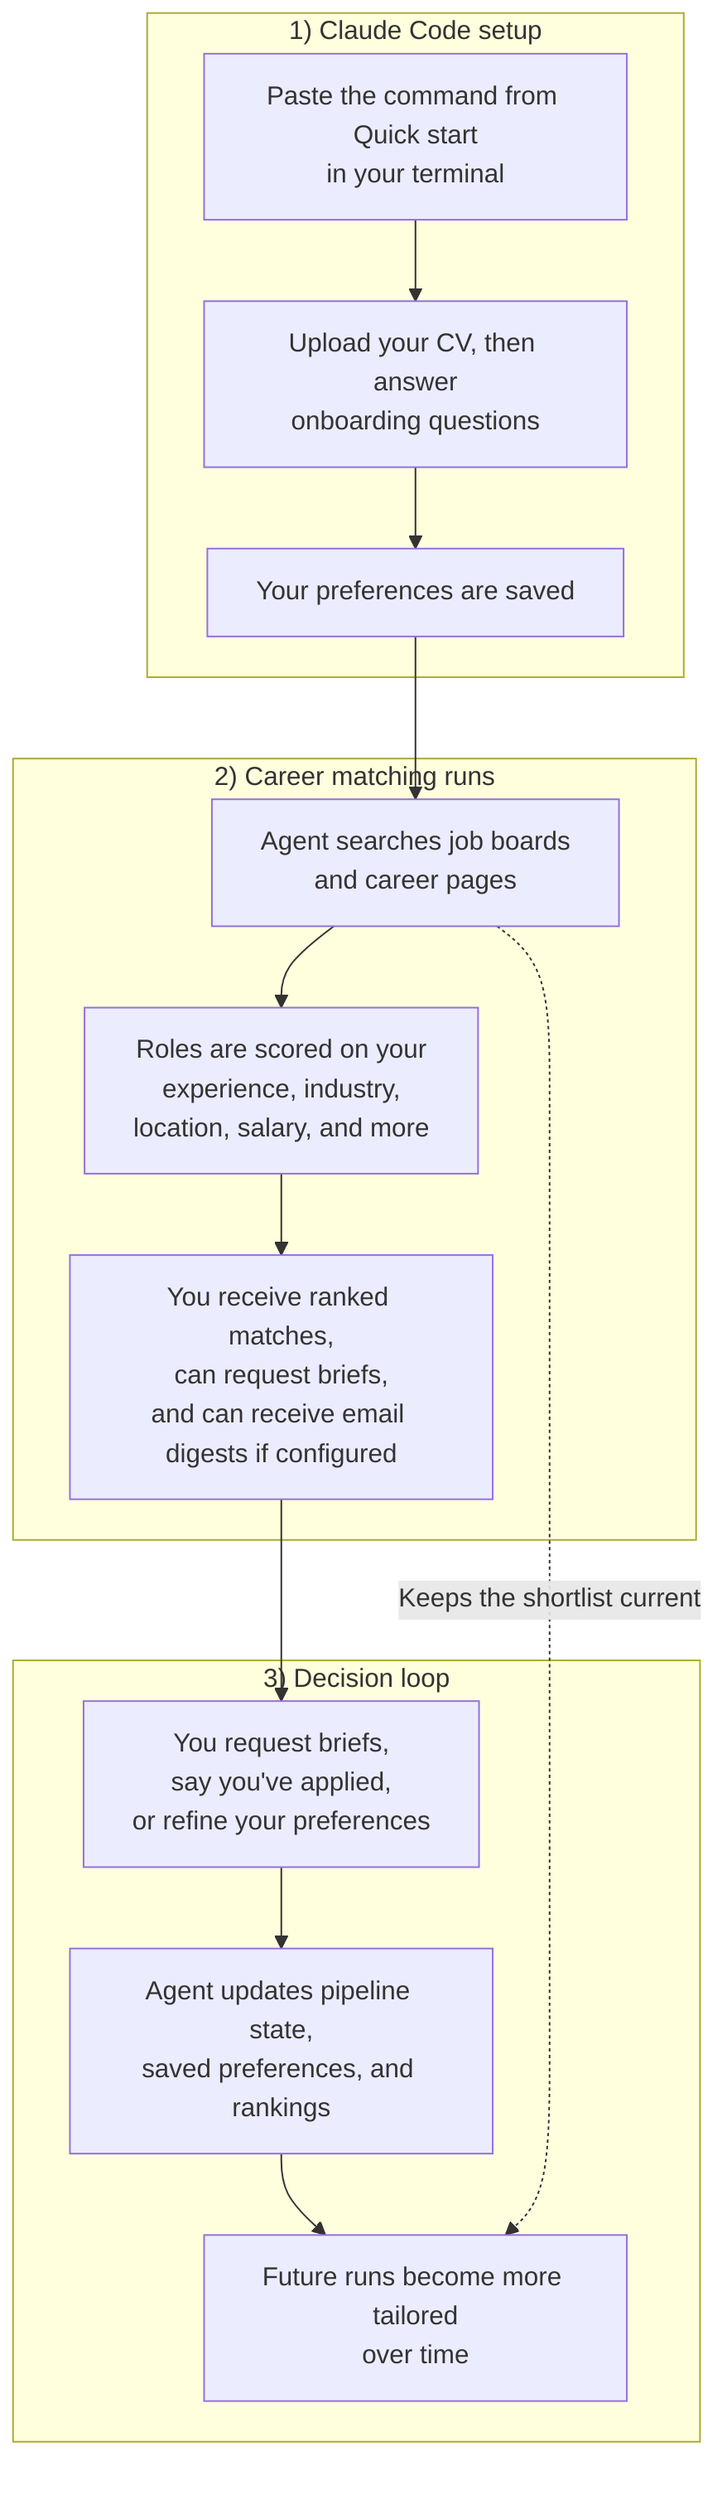
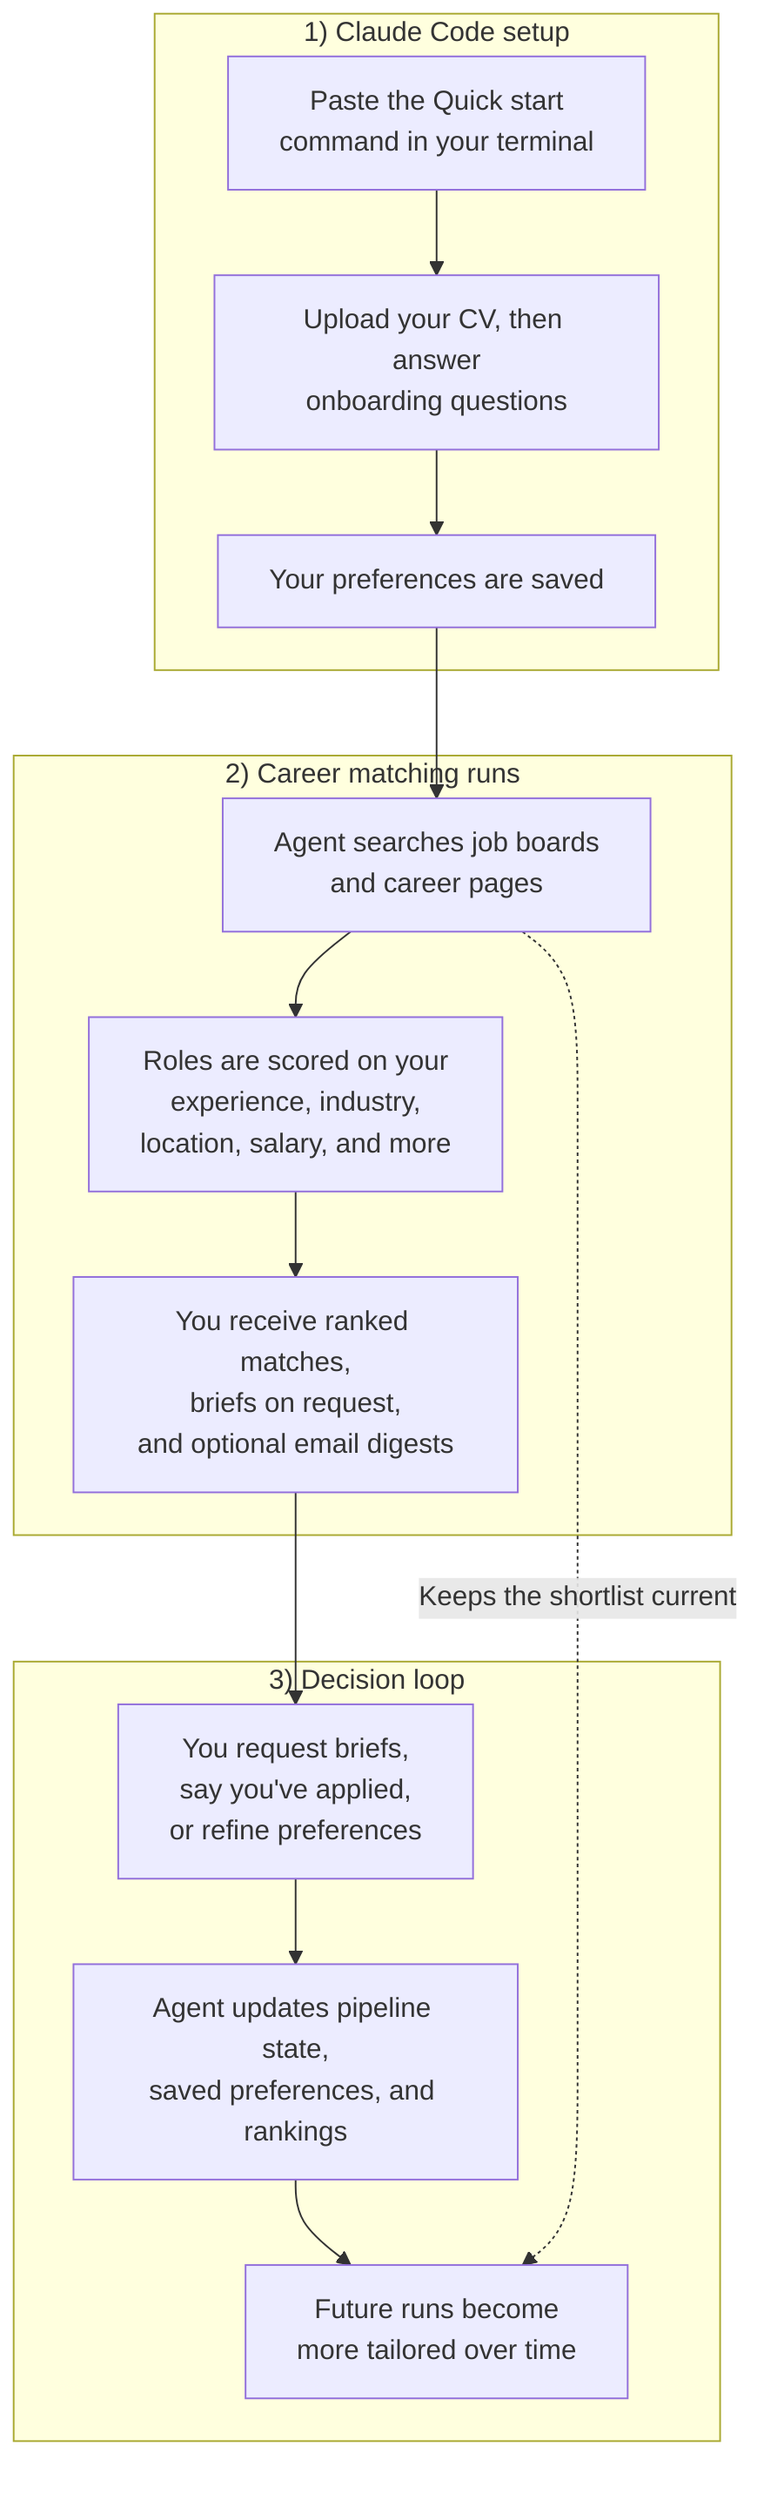
flowchart TB
  subgraph SETUP["1) Claude Code setup"]
-     A["Paste the command from Quick start<br/>in your terminal"]
+     A["Paste the Quick start<br/>command in your terminal"]
    B["Upload your CV, then answer<br/>onboarding questions"]
    C["Your preferences are saved"]
    A --> B --> C
  end

  subgraph MATCHING["2) Career matching runs"]
    E["Agent searches job boards<br/>and career pages"]
    F["Roles are scored on your<br/>experience, industry,<br/>location, salary, and more"]
-     G["You receive ranked matches,<br/>can request briefs,<br/>and can receive email digests if configured"]
+     G["You receive ranked matches,<br/>briefs on request,<br/>and optional email digests"]
    E --> F --> G
  end

  subgraph LOOP["3) Decision loop"]
-     H["You request briefs,<br/>say you've applied,<br/>or refine your preferences"]
+     H["You request briefs,<br/>say you've applied,<br/>or refine preferences"]
    I["Agent updates pipeline state,<br/>saved preferences, and rankings"]
-     K["Future runs become more tailored<br/>over time"]
+     K["Future runs become<br/>more tailored over time"]
    H --> I --> K
  end

  C --> E
  G --> H
  E -. "Keeps the shortlist current" .-> K
